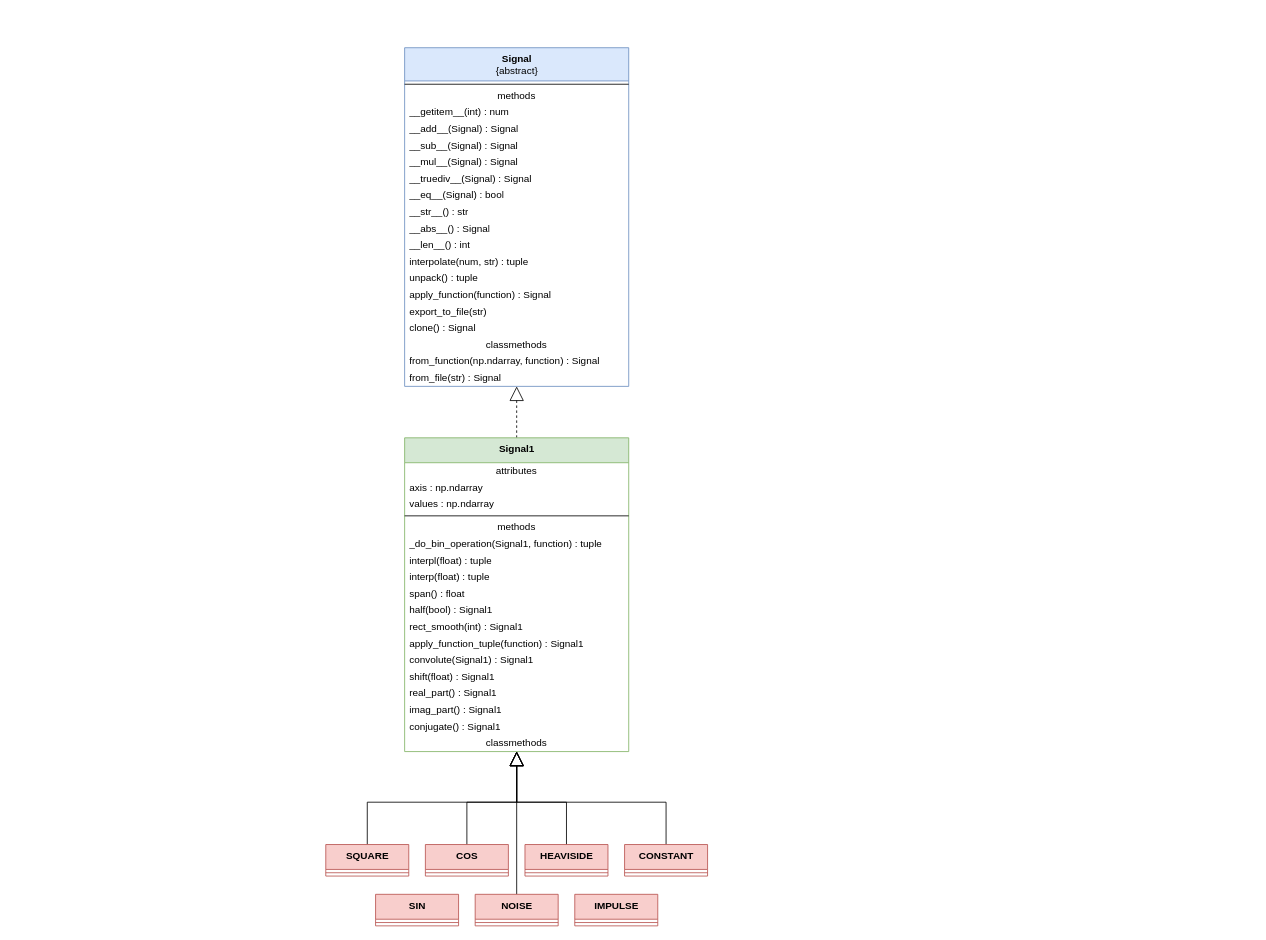
The draw.io diagram page "signals" (1 of 2) of docs/img/uml.drawio in No-tengo-nombre/chirper, before the edit. Source tidied: cells renumbered, new cells numbered last; positions are measured from the earlier drawing's top-left corner, leaving out a move shared by most shapes. Both pictures are drawn from the tidied source at 83%, with x=0, y=0 at pixel (325, 47).
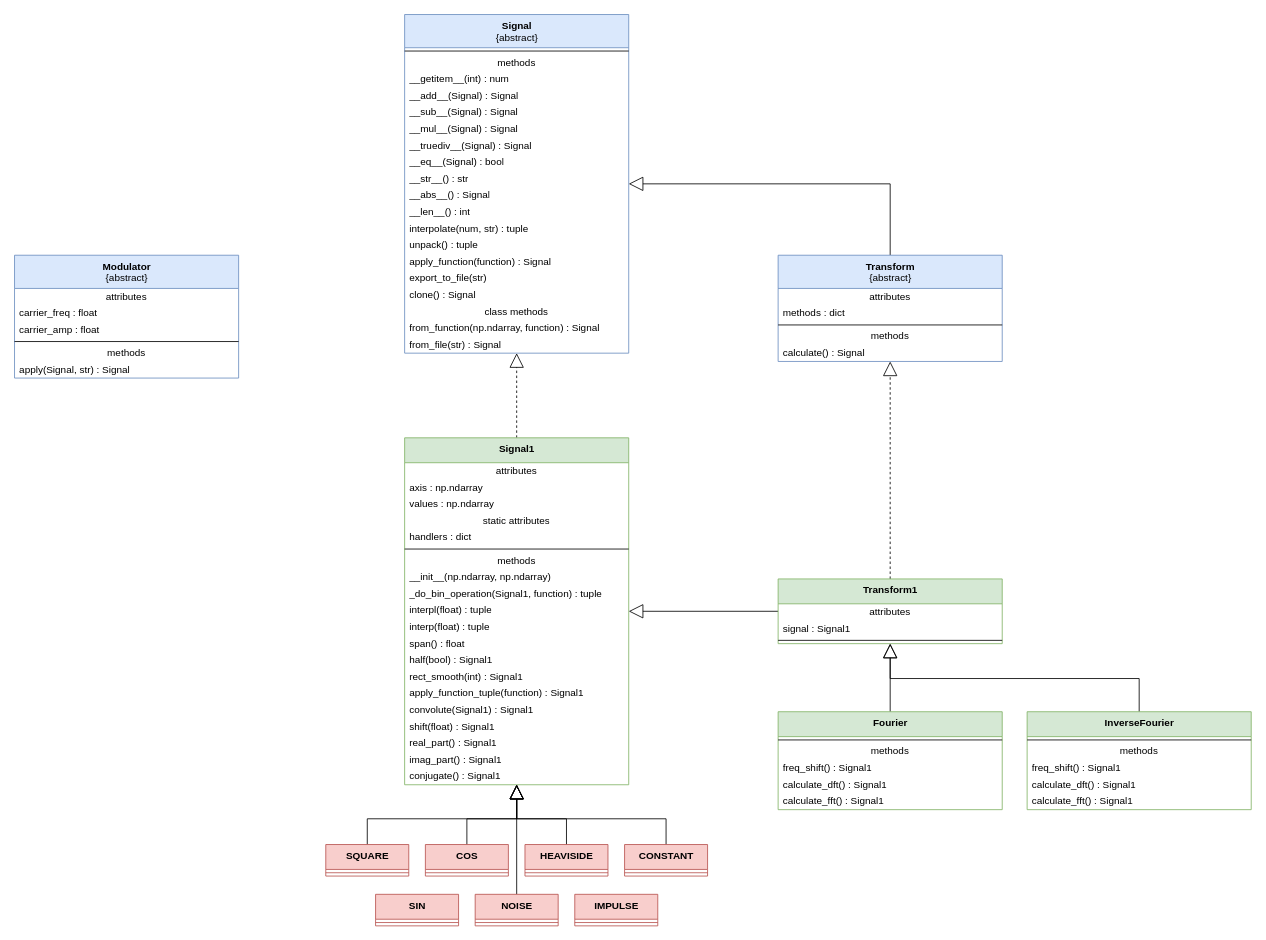
The same diagram, later.

Diff of the diagram source:
```diff
@@
     <mxCell id="2" value="&lt;b&gt;Signal&lt;/b&gt;&lt;br&gt;{abstract}" style="swimlane;fontStyle=0;align=center;verticalAlign=top;horizontal=1;startSize=40;html=1;fillColor=#dae8fc;strokeColor=#6c8ebf;" parent="1" vertex="1">
-      <mxGeometry x="95" width="270" height="408" as="geometry" />
+      <mxGeometry x="95" y="-40" width="270" height="408" as="geometry" />
     </mxCell>
@@
-    <mxCell id="19" value="classmethods" style="text;html=1;strokeColor=none;fillColor=none;align=center;verticalAlign=middle;spacingLeft=4;spacingRight=4;overflow=hidden;" parent="2" vertex="1">
+    <mxCell id="19" value="class methods" style="text;html=1;strokeColor=none;fillColor=none;align=center;verticalAlign=middle;spacingLeft=4;spacingRight=4;overflow=hidden;" parent="2" vertex="1">
       <mxGeometry y="348" width="270" height="20" as="geometry" />
     </mxCell>
@@
     <mxCell id="23" value="&lt;b&gt;Signal1&lt;/b&gt;" style="swimlane;fontStyle=0;align=center;verticalAlign=top;horizontal=1;startSize=30;html=1;fillColor=#d5e8d4;strokeColor=#82b366;" parent="1" vertex="1">
-      <mxGeometry x="95" y="470" width="270" height="378" as="geometry" />
+      <mxGeometry x="95" y="470" width="270" height="418" as="geometry" />
     </mxCell>
@@
+    <mxCell id="61" value="static attributes" style="text;html=1;strokeColor=none;fillColor=none;align=center;verticalAlign=middle;spacingLeft=4;spacingRight=4;overflow=hidden;" parent="23" vertex="1">
+      <mxGeometry y="90" width="270" height="20" as="geometry" />
+    </mxCell>
+    <mxCell id="62" value="handlers : dict" style="text;html=1;strokeColor=none;fillColor=none;align=left;verticalAlign=middle;spacingLeft=4;spacingRight=4;overflow=hidden;" parent="23" vertex="1">
+      <mxGeometry y="110" width="270" height="20" as="geometry" />
+    </mxCell>
     <mxCell id="27" style="line;strokeWidth=1;fillColor=none;align=left;verticalAlign=middle;spacingTop=-1;spacingLeft=3;spacingRight=3;labelPosition=right;" parent="23" vertex="1">
-      <mxGeometry y="90" width="270" height="8" as="geometry" />
+      <mxGeometry y="130" width="270" height="8" as="geometry" />
     </mxCell>
     <mxCell id="28" value="methods" style="text;html=1;strokeColor=none;fillColor=none;align=center;verticalAlign=middle;spacingLeft=4;spacingRight=4;overflow=hidden;" parent="23" vertex="1">
-      <mxGeometry y="98" width="270" height="20" as="geometry" />
+      <mxGeometry y="138" width="270" height="20" as="geometry" />
     </mxCell>
+    <mxCell id="63" value="__init__(np.ndarray, np.ndarray)" style="text;html=1;strokeColor=none;fillColor=none;align=left;verticalAlign=middle;spacingLeft=4;spacingRight=4;overflow=hidden;" parent="23" vertex="1">
+      <mxGeometry y="158" width="270" height="20" as="geometry" />
+    </mxCell>
     <mxCell id="29" value="_do_bin_operation(Signal1, function) : tuple" style="text;html=1;strokeColor=none;fillColor=none;align=left;verticalAlign=middle;spacingLeft=4;spacingRight=4;overflow=hidden;" parent="23" vertex="1">
-      <mxGeometry y="118" width="270" height="20" as="geometry" />
+      <mxGeometry y="178" width="270" height="20" as="geometry" />
     </mxCell>
     <mxCell id="30" value="interpl(float) : tuple" style="text;html=1;strokeColor=none;fillColor=none;align=left;verticalAlign=middle;spacingLeft=4;spacingRight=4;overflow=hidden;" parent="23" vertex="1">
-      <mxGeometry y="138" width="270" height="20" as="geometry" />
+      <mxGeometry y="198" width="270" height="20" as="geometry" />
     </mxCell>
     <mxCell id="31" value="interp(float) : tuple" style="text;html=1;strokeColor=none;fillColor=none;align=left;verticalAlign=middle;spacingLeft=4;spacingRight=4;overflow=hidden;" parent="23" vertex="1">
-      <mxGeometry y="158" width="270" height="20" as="geometry" />
+      <mxGeometry y="218" width="270" height="20" as="geometry" />
     </mxCell>
     <mxCell id="32" value="span() : float" style="text;html=1;strokeColor=none;fillColor=none;align=left;verticalAlign=middle;spacingLeft=4;spacingRight=4;overflow=hidden;" parent="23" vertex="1">
-      <mxGeometry y="178" width="270" height="20" as="geometry" />
+      <mxGeometry y="238" width="270" height="20" as="geometry" />
     </mxCell>
     <mxCell id="33" value="half(bool) : Signal1" style="text;html=1;strokeColor=none;fillColor=none;align=left;verticalAlign=middle;spacingLeft=4;spacingRight=4;overflow=hidden;" parent="23" vertex="1">
-      <mxGeometry y="198" width="270" height="20" as="geometry" />
+      <mxGeometry y="258" width="270" height="20" as="geometry" />
     </mxCell>
     <mxCell id="34" value="rect_smooth(int) : Signal1" style="text;html=1;strokeColor=none;fillColor=none;align=left;verticalAlign=middle;spacingLeft=4;spacingRight=4;overflow=hidden;" parent="23" vertex="1">
-      <mxGeometry y="218" width="270" height="20" as="geometry" />
+      <mxGeometry y="278" width="270" height="20" as="geometry" />
     </mxCell>
     <mxCell id="35" value="apply_function_tuple(function) : Signal1" style="text;html=1;strokeColor=none;fillColor=none;align=left;verticalAlign=middle;spacingLeft=4;spacingRight=4;overflow=hidden;" parent="23" vertex="1">
-      <mxGeometry y="238" width="270" height="20" as="geometry" />
+      <mxGeometry y="298" width="270" height="20" as="geometry" />
     </mxCell>
     <mxCell id="36" value="convolute(Signal1) : Signal1" style="text;html=1;strokeColor=none;fillColor=none;align=left;verticalAlign=middle;spacingLeft=4;spacingRight=4;overflow=hidden;" parent="23" vertex="1">
-      <mxGeometry y="258" width="270" height="20" as="geometry" />
+      <mxGeometry y="318" width="270" height="20" as="geometry" />
     </mxCell>
     <mxCell id="37" value="shift(float) : Signal1" style="text;html=1;strokeColor=none;fillColor=none;align=left;verticalAlign=middle;spacingLeft=4;spacingRight=4;overflow=hidden;" parent="23" vertex="1">
-      <mxGeometry y="278" width="270" height="20" as="geometry" />
+      <mxGeometry y="338" width="270" height="20" as="geometry" />
     </mxCell>
     <mxCell id="38" value="real_part() : Signal1" style="text;html=1;strokeColor=none;fillColor=none;align=left;verticalAlign=middle;spacingLeft=4;spacingRight=4;overflow=hidden;" parent="23" vertex="1">
-      <mxGeometry y="298" width="270" height="20" as="geometry" />
+      <mxGeometry y="358" width="270" height="20" as="geometry" />
     </mxCell>
     <mxCell id="39" value="imag_part() : Signal1" style="text;html=1;strokeColor=none;fillColor=none;align=left;verticalAlign=middle;spacingLeft=4;spacingRight=4;overflow=hidden;" parent="23" vertex="1">
-      <mxGeometry y="318" width="270" height="20" as="geometry" />
+      <mxGeometry y="378" width="270" height="20" as="geometry" />
     </mxCell>
     <mxCell id="40" value="conjugate() : Signal1" style="text;html=1;strokeColor=none;fillColor=none;align=left;verticalAlign=middle;spacingLeft=4;spacingRight=4;overflow=hidden;" parent="23" vertex="1">
-      <mxGeometry y="338" width="270" height="20" as="geometry" />
+      <mxGeometry y="398" width="270" height="20" as="geometry" />
     </mxCell>
-    <mxCell id="41" value="classmethods" style="text;html=1;strokeColor=none;fillColor=none;align=center;verticalAlign=middle;spacingLeft=4;spacingRight=4;overflow=hidden;" parent="23" vertex="1">
-      <mxGeometry y="358" width="270" height="20" as="geometry" />
-    </mxCell>
@@
+    <mxCell id="64" style="edgeStyle=orthogonalEdgeStyle;rounded=0;jettySize=auto;html=1;endArrow=block;endFill=0;endSize=15;" parent="1" edge="1" source="65" target="2">
+      <mxGeometry relative="1" as="geometry">
+        <Array as="points">
+          <mxPoint x="680" y="164" />
+        </Array>
+      </mxGeometry>
+    </mxCell>
+    <mxCell id="65" value="&lt;b&gt;Transform&lt;/b&gt;&lt;br&gt;{abstract}" style="swimlane;fontStyle=0;align=center;verticalAlign=top;horizontal=1;startSize=40;html=1;fillColor=#dae8fc;strokeColor=#6c8ebf;" parent="1" vertex="1">
+      <mxGeometry x="545" y="250" width="270" height="128" as="geometry" />
+    </mxCell>
+    <mxCell id="66" value="attributes" style="text;html=1;strokeColor=none;fillColor=none;align=center;verticalAlign=middle;spacingLeft=4;spacingRight=4;overflow=hidden;" parent="65" vertex="1">
+      <mxGeometry y="40" width="270" height="20" as="geometry" />
+    </mxCell>
+    <mxCell id="67" value="methods : dict" style="text;html=1;strokeColor=none;fillColor=none;align=left;verticalAlign=middle;spacingLeft=4;spacingRight=4;overflow=hidden;" parent="65" vertex="1">
+      <mxGeometry y="60" width="270" height="20" as="geometry" />
+    </mxCell>
+    <mxCell id="68" style="line;strokeWidth=1;fillColor=none;align=left;verticalAlign=middle;spacingTop=-1;spacingLeft=3;spacingRight=3;labelPosition=right;" parent="65" vertex="1">
+      <mxGeometry y="80" width="270" height="8" as="geometry" />
+    </mxCell>
+    <mxCell id="69" value="methods" style="text;html=1;strokeColor=none;fillColor=none;align=center;verticalAlign=middle;spacingLeft=4;spacingRight=4;overflow=hidden;" parent="65" vertex="1">
+      <mxGeometry y="88" width="270" height="20" as="geometry" />
+    </mxCell>
+    <mxCell id="70" value="calculate() : Signal" style="text;html=1;strokeColor=none;fillColor=none;align=left;verticalAlign=middle;spacingLeft=4;spacingRight=4;overflow=hidden;" parent="65" vertex="1">
+      <mxGeometry y="108" width="270" height="20" as="geometry" />
+    </mxCell>
+    <mxCell id="71" style="edgeStyle=orthogonalEdgeStyle;rounded=0;jettySize=auto;html=1;endArrow=block;endFill=0;endSize=15;dashed=1;" parent="1" edge="1" source="73" target="65">
+      <mxGeometry relative="1" as="geometry" />
+    </mxCell>
+    <mxCell id="72" style="edgeStyle=orthogonalEdgeStyle;rounded=0;jettySize=auto;html=1;endArrow=block;endFill=0;endSize=15;" parent="1" edge="1" source="73" target="23">
+      <mxGeometry relative="1" as="geometry" />
+    </mxCell>
+    <mxCell id="73" value="&lt;b&gt;Transform1&lt;/b&gt;" style="swimlane;fontStyle=0;align=center;verticalAlign=top;horizontal=1;startSize=30;html=1;fillColor=#d5e8d4;strokeColor=#82b366;" parent="1" vertex="1">
+      <mxGeometry x="545" y="640" width="270" height="78" as="geometry" />
+    </mxCell>
+    <mxCell id="74" value="attributes" style="text;html=1;strokeColor=none;fillColor=none;align=center;verticalAlign=middle;spacingLeft=4;spacingRight=4;overflow=hidden;" parent="73" vertex="1">
+      <mxGeometry y="30" width="270" height="20" as="geometry" />
+    </mxCell>
+    <mxCell id="75" value="signal : Signal1" style="text;html=1;strokeColor=none;fillColor=none;align=left;verticalAlign=middle;spacingLeft=4;spacingRight=4;overflow=hidden;" parent="73" vertex="1">
+      <mxGeometry y="50" width="270" height="20" as="geometry" />
+    </mxCell>
+    <mxCell id="76" style="line;strokeWidth=1;fillColor=none;align=left;verticalAlign=middle;spacingTop=-1;spacingLeft=3;spacingRight=3;labelPosition=right;" parent="73" vertex="1">
+      <mxGeometry y="70" width="270" height="8" as="geometry" />
+    </mxCell>
+    <mxCell id="77" style="edgeStyle=orthogonalEdgeStyle;rounded=0;jettySize=auto;html=1;endArrow=block;endFill=0;endSize=15;" parent="1" edge="1" source="78" target="73">
+      <mxGeometry relative="1" as="geometry" />
+    </mxCell>
+    <mxCell id="78" value="&lt;b&gt;Fourier&lt;/b&gt;" style="swimlane;fontStyle=0;align=center;verticalAlign=top;horizontal=1;startSize=30;html=1;fillColor=#d5e8d4;strokeColor=#82b366;" parent="1" vertex="1">
+      <mxGeometry x="545" y="800" width="270" height="118" as="geometry" />
+    </mxCell>
+    <mxCell id="79" style="line;strokeWidth=1;fillColor=none;align=left;verticalAlign=middle;spacingTop=-1;spacingLeft=3;spacingRight=3;labelPosition=right;" parent="78" vertex="1">
+      <mxGeometry y="30" width="270" height="8" as="geometry" />
+    </mxCell>
+    <mxCell id="80" value="methods" style="text;html=1;strokeColor=none;fillColor=none;align=center;verticalAlign=middle;spacingLeft=4;spacingRight=4;overflow=hidden;" parent="78" vertex="1">
+      <mxGeometry y="38" width="270" height="20" as="geometry" />
+    </mxCell>
+    <mxCell id="81" value="freq_shift() : Signal1" style="text;html=1;strokeColor=none;fillColor=none;align=left;verticalAlign=middle;spacingLeft=4;spacingRight=4;overflow=hidden;" parent="78" vertex="1">
+      <mxGeometry y="58" width="270" height="20" as="geometry" />
+    </mxCell>
+    <mxCell id="82" value="calculate_dft() : Signal1" style="text;html=1;strokeColor=none;fillColor=none;align=left;verticalAlign=middle;spacingLeft=4;spacingRight=4;overflow=hidden;" parent="78" vertex="1">
+      <mxGeometry y="78" width="270" height="20" as="geometry" />
+    </mxCell>
+    <mxCell id="83" value="calculate_fft() : Signal1" style="text;html=1;strokeColor=none;fillColor=none;align=left;verticalAlign=middle;spacingLeft=4;spacingRight=4;overflow=hidden;" parent="78" vertex="1">
+      <mxGeometry y="98" width="270" height="20" as="geometry" />
+    </mxCell>
+    <mxCell id="84" style="edgeStyle=orthogonalEdgeStyle;rounded=0;jettySize=auto;html=1;endArrow=block;endFill=0;endSize=15;" parent="1" edge="1" source="85" target="73">
+      <mxGeometry relative="1" as="geometry">
+        <Array as="points">
+          <mxPoint x="980" y="760" />
+          <mxPoint x="680" y="760" />
+        </Array>
+      </mxGeometry>
+    </mxCell>
+    <mxCell id="85" value="&lt;b&gt;InverseFourier&lt;/b&gt;" style="swimlane;fontStyle=0;align=center;verticalAlign=top;horizontal=1;startSize=30;html=1;fillColor=#d5e8d4;strokeColor=#82b366;" parent="1" vertex="1">
+      <mxGeometry x="845" y="800" width="270" height="118" as="geometry" />
+    </mxCell>
+    <mxCell id="86" style="line;strokeWidth=1;fillColor=none;align=left;verticalAlign=middle;spacingTop=-1;spacingLeft=3;spacingRight=3;labelPosition=right;" parent="85" vertex="1">
+      <mxGeometry y="30" width="270" height="8" as="geometry" />
+    </mxCell>
+    <mxCell id="87" value="methods" style="text;html=1;strokeColor=none;fillColor=none;align=center;verticalAlign=middle;spacingLeft=4;spacingRight=4;overflow=hidden;" parent="85" vertex="1">
+      <mxGeometry y="38" width="270" height="20" as="geometry" />
+    </mxCell>
+    <mxCell id="88" value="freq_shift() : Signal1" style="text;html=1;strokeColor=none;fillColor=none;align=left;verticalAlign=middle;spacingLeft=4;spacingRight=4;overflow=hidden;" parent="85" vertex="1">
+      <mxGeometry y="58" width="270" height="20" as="geometry" />
+    </mxCell>
+    <mxCell id="89" value="calculate_dft() : Signal1" style="text;html=1;strokeColor=none;fillColor=none;align=left;verticalAlign=middle;spacingLeft=4;spacingRight=4;overflow=hidden;" parent="85" vertex="1">
+      <mxGeometry y="78" width="270" height="20" as="geometry" />
+    </mxCell>
+    <mxCell id="90" value="calculate_fft() : Signal1" style="text;html=1;strokeColor=none;fillColor=none;align=left;verticalAlign=middle;spacingLeft=4;spacingRight=4;overflow=hidden;" parent="85" vertex="1">
+      <mxGeometry y="98" width="270" height="20" as="geometry" />
+    </mxCell>
+    <mxCell id="91" value="&lt;b&gt;Modulator&lt;/b&gt;&lt;br&gt;{abstract}" style="swimlane;fontStyle=0;align=center;verticalAlign=top;horizontal=1;startSize=40;html=1;fillColor=#dae8fc;strokeColor=#6c8ebf;" parent="1" vertex="1">
+      <mxGeometry x="-375" y="250" width="270" height="148" as="geometry" />
+    </mxCell>
+    <mxCell id="92" value="attributes" style="text;html=1;strokeColor=none;fillColor=none;align=center;verticalAlign=middle;spacingLeft=4;spacingRight=4;overflow=hidden;" parent="91" vertex="1">
+      <mxGeometry y="40" width="270" height="20" as="geometry" />
+    </mxCell>
+    <mxCell id="93" value="carrier_freq : float" style="text;html=1;strokeColor=none;fillColor=none;align=left;verticalAlign=middle;spacingLeft=4;spacingRight=4;overflow=hidden;" parent="91" vertex="1">
+      <mxGeometry y="60" width="270" height="20" as="geometry" />
+    </mxCell>
+    <mxCell id="94" value="carrier_amp : float" style="text;html=1;strokeColor=none;fillColor=none;align=left;verticalAlign=middle;spacingLeft=4;spacingRight=4;overflow=hidden;" parent="91" vertex="1">
+      <mxGeometry y="80" width="270" height="20" as="geometry" />
+    </mxCell>
+    <mxCell id="95" style="line;strokeWidth=1;fillColor=none;align=left;verticalAlign=middle;spacingTop=-1;spacingLeft=3;spacingRight=3;labelPosition=right;" parent="91" vertex="1">
+      <mxGeometry y="100" width="270" height="8" as="geometry" />
+    </mxCell>
+    <mxCell id="96" value="methods" style="text;html=1;strokeColor=none;fillColor=none;align=center;verticalAlign=middle;spacingLeft=4;spacingRight=4;overflow=hidden;" parent="91" vertex="1">
+      <mxGeometry y="108" width="270" height="20" as="geometry" />
+    </mxCell>
+    <mxCell id="97" value="apply(Signal, str) : Signal" style="text;html=1;strokeColor=none;fillColor=none;align=left;verticalAlign=middle;spacingLeft=4;spacingRight=4;overflow=hidden;" parent="91" vertex="1">
+      <mxGeometry y="128" width="270" height="20" as="geometry" />
+    </mxCell>
```
